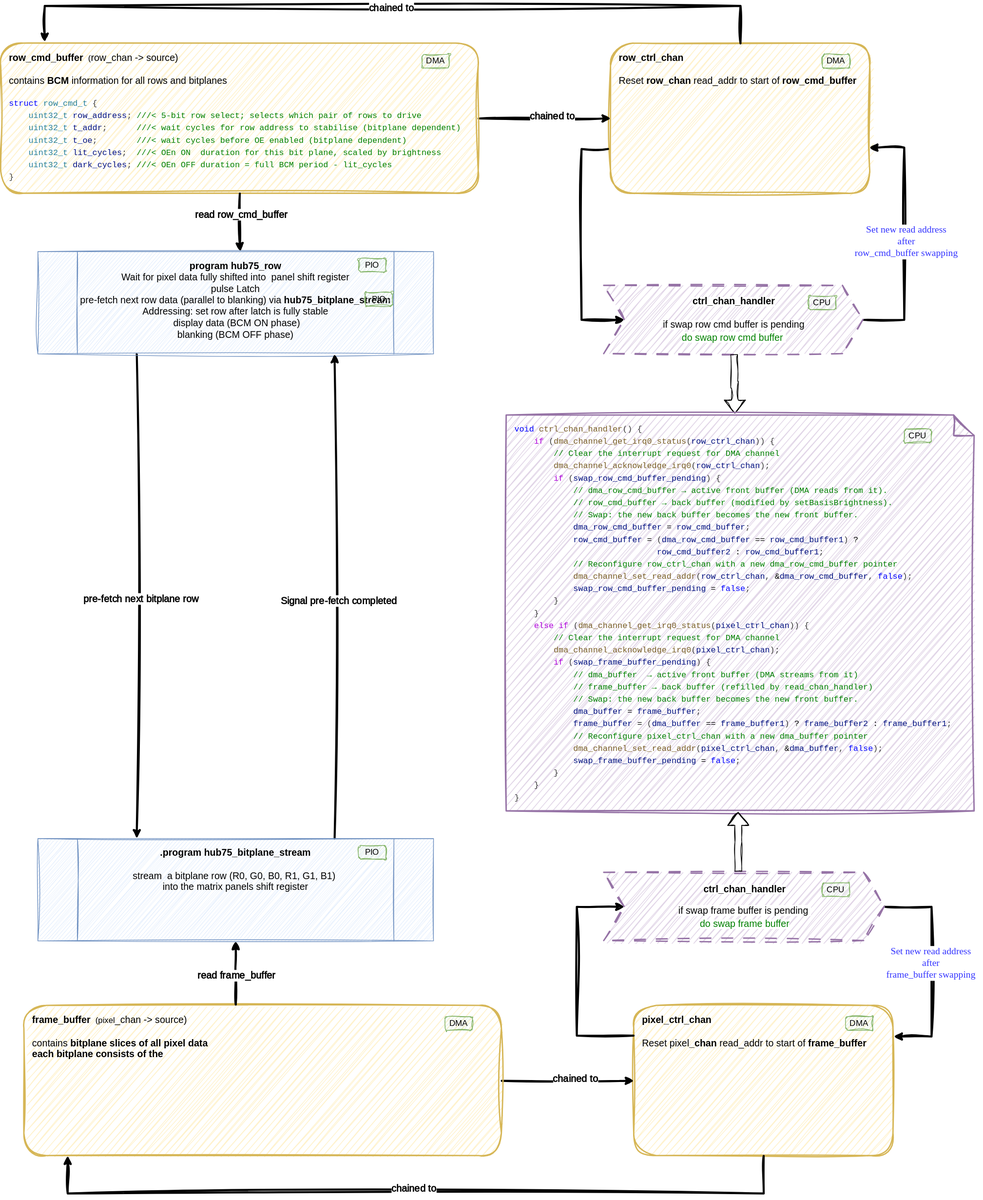
JuPfu/hub75 keeps this draw.io diagram as assets/definitive_hub75_dma_pio_2.svg. Above is the earlier version. Source tidied: cells renumbered, new cells last; positions are measured from the earlier drawing's top-left corner, leaving out a move shared by most shapes.
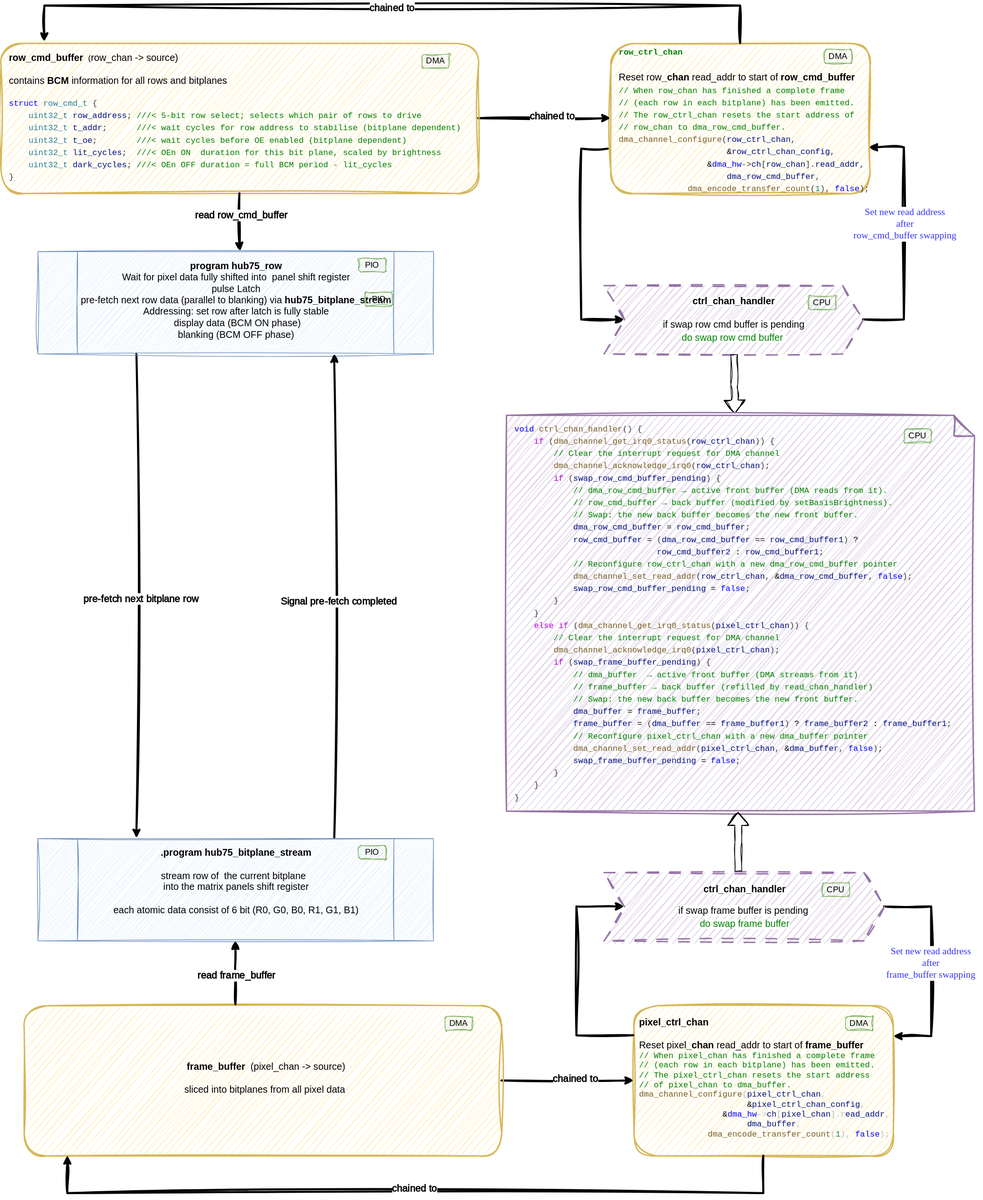
After the commit.

Change to the diagram source:
```diff
@@ -2,7 +2,7 @@
   <root>
     <mxCell id="0" />
     <mxCell id="1" parent="0" />
-    <mxCell id="2" value="&lt;b style=&quot;font-size: 14px;&quot;&gt;row_ctrl_chan&lt;/b&gt;&lt;span style=&quot;font-size: 14px;&quot;&gt;&amp;nbsp;&amp;nbsp;&lt;/span&gt;&lt;div&gt;&lt;font style=&quot;font-size: 14px;&quot;&gt;&lt;br&gt;&lt;/font&gt;&lt;/div&gt;&lt;div&gt;&lt;font style=&quot;font-size: 14px;&quot;&gt;Reset &lt;b&gt;row_chan&lt;/b&gt; read_addr to start of &lt;b&gt;row_cmd_buffer&lt;/b&gt;&lt;/font&gt;&lt;/div&gt;" style="rounded=1;whiteSpace=wrap;html=1;fillColor=#fff2cc;strokeColor=#d6b656;gradientColor=none;strokeWidth=2;sketch=1;curveFitting=1;jiggle=2;align=left;verticalAlign=top;spacingTop=6;spacingLeft=10;" parent="1" vertex="1">
+    <mxCell id="2" value="&lt;div style=&quot;font-family: Menlo, Monaco, &amp;quot;Courier New&amp;quot;, monospace; line-height: 18px; white-space: pre;&quot;&gt;&lt;div&gt;&lt;span style=&quot;color: light-dark(rgb(0, 128, 0), rgb(255, 255, 255));&quot;&gt;&lt;b&gt;row_ctrl_chan&lt;/b&gt;&lt;/span&gt;&lt;/div&gt;&lt;div&gt;&lt;span style=&quot;color: light-dark(rgb(0, 128, 0), rgb(255, 255, 255));&quot;&gt;&lt;br&gt;&lt;/span&gt;&lt;/div&gt;&lt;div&gt;&lt;span style=&quot;font-family: Helvetica; font-size: 14px; white-space: normal;&quot;&gt;Reset row&lt;/span&gt;&lt;b style=&quot;font-family: Helvetica; font-size: 14px; white-space: normal;&quot;&gt;_chan&lt;/b&gt;&lt;span style=&quot;font-family: Helvetica; font-size: 14px; white-space: normal;&quot;&gt;&amp;nbsp;read_addr to start of&amp;nbsp;&lt;/span&gt;&lt;b style=&quot;font-family: Helvetica; font-size: 14px; white-space: normal;&quot;&gt;row_cmd_buffer&lt;/b&gt;&lt;span style=&quot;color: light-dark(rgb(0, 128, 0), rgb(255, 255, 255));&quot;&gt;&lt;br&gt;&lt;/span&gt;&lt;/div&gt;&lt;div style=&quot;color: light-dark(rgb(59, 59, 59), rgb(186, 186, 186));&quot;&gt;&lt;span style=&quot;color: rgb(0, 128, 0);&quot;&gt;// When row_chan has finished a complete frame&lt;/span&gt;&lt;/div&gt;&lt;div style=&quot;color: light-dark(rgb(59, 59, 59), rgb(186, 186, 186));&quot;&gt;&lt;span style=&quot;color: rgb(0, 128, 0);&quot;&gt;// (each row in each bitplane) has been emitted.&lt;/span&gt;&lt;/div&gt;&lt;div style=&quot;color: light-dark(rgb(59, 59, 59), rgb(186, 186, 186));&quot;&gt;&lt;span style=&quot;color: rgb(0, 128, 0);&quot;&gt;// The row_ctrl_chan resets the start address of&amp;nbsp;&lt;/span&gt;&lt;/div&gt;&lt;div style=&quot;color: light-dark(rgb(59, 59, 59), rgb(186, 186, 186));&quot;&gt;&lt;span style=&quot;color: rgb(0, 128, 0);&quot;&gt;// row_chan to dma_row_cmd_buffer.&lt;/span&gt;&lt;/div&gt;&lt;div style=&quot;color: light-dark(rgb(59, 59, 59), rgb(186, 186, 186));&quot;&gt;&lt;span style=&quot;color: rgb(121, 94, 38);&quot;&gt;dma_channel_configure&lt;/span&gt;(&lt;span style=&quot;color: rgb(0, 16, 128);&quot;&gt;row_ctrl_chan&lt;/span&gt;,&amp;nbsp;&lt;/div&gt;&lt;div style=&quot;color: light-dark(rgb(59, 59, 59), rgb(186, 186, 186));&quot;&gt;&lt;span style=&quot;color: rgb(0, 0, 0);&quot;&gt;                      &amp;amp;&lt;/span&gt;&lt;span style=&quot;color: rgb(0, 16, 128);&quot;&gt;row_ctrl_chan_config&lt;/span&gt;,&amp;nbsp;&lt;/div&gt;&lt;div style=&quot;color: light-dark(rgb(59, 59, 59), rgb(186, 186, 186));&quot;&gt;&lt;span style=&quot;color: rgb(0, 0, 0);&quot;&gt;                  &amp;amp;&lt;/span&gt;&lt;span style=&quot;color: rgb(0, 0, 255);&quot;&gt;dma_hw&lt;/span&gt;-&amp;gt;&lt;span style=&quot;color: rgb(0, 16, 128);&quot;&gt;ch&lt;/span&gt;[&lt;span style=&quot;color: rgb(0, 16, 128);&quot;&gt;row_chan&lt;/span&gt;].&lt;span style=&quot;color: rgb(0, 16, 128);&quot;&gt;read_addr&lt;/span&gt;,&lt;/div&gt;&lt;div style=&quot;color: light-dark(rgb(59, 59, 59), rgb(186, 186, 186));&quot;&gt;                      &lt;span style=&quot;color: rgb(0, 16, 128);&quot;&gt;dma_row_cmd_buffer&lt;/span&gt;,&amp;nbsp;&lt;/div&gt;&lt;div style=&quot;color: light-dark(rgb(59, 59, 59), rgb(186, 186, 186));&quot;&gt;&lt;span style=&quot;color: rgb(121, 94, 38);&quot;&gt;              dma_encode_transfer_count&lt;/span&gt;(&lt;span style=&quot;color: rgb(9, 134, 88);&quot;&gt;1&lt;/span&gt;), &lt;span style=&quot;color: rgb(0, 0, 255);&quot;&gt;false&lt;/span&gt;);&lt;/div&gt;&lt;/div&gt;" style="rounded=1;whiteSpace=wrap;html=1;fillColor=#fff2cc;strokeColor=#d6b656;gradientColor=none;strokeWidth=2;sketch=1;curveFitting=1;jiggle=2;align=left;verticalAlign=middle;spacingTop=6;spacingLeft=10;labelBackgroundColor=none;" parent="1" vertex="1">
       <mxGeometry x="894" y="55" width="380" height="220" as="geometry" />
     </mxCell>
     <mxCell id="3" style="edgeStyle=orthogonalEdgeStyle;rounded=0;sketch=1;hachureGap=4;jiggle=2;curveFitting=1;jettySize=auto;html=1;entryX=0;entryY=0.5;entryDx=0;entryDy=0;fontFamily=Architects Daughter;fontSource=https%3A%2F%2Ffonts.googleapis.com%2Fcss%3Ffamily%3DArchitects%2BDaughter;strokeWidth=3;" parent="1" edge="1" source="5" target="2">
@@ -29,7 +29,9 @@
       </mxGeometry>
     </mxCell>
     <mxCell id="9" value="&lt;font style=&quot;font-family: &amp;quot;Comic Sans MS&amp;quot;; font-size: 14px; color: rgb(51, 51, 255);&quot;&gt;Set new read address&lt;/font&gt;&lt;div style=&quot;font-family: &amp;quot;Comic Sans MS&amp;quot;;&quot;&gt;&lt;div&gt;&lt;font style=&quot;font-size: 14px; color: rgb(51, 51, 255);&quot;&gt;after&lt;/font&gt;&lt;/div&gt;&lt;div&gt;&lt;font style=&quot;font-size: 14px; color: rgb(51, 51, 255);&quot;&gt;row_cmd_buffer swapping&lt;/font&gt;&lt;/div&gt;&lt;/div&gt;" style="edgeLabel;html=1;align=center;verticalAlign=middle;sketch=1;hachureGap=4;jiggle=2;curveFitting=1;fontFamily=Architects Daughter;fontSource=https%3A%2F%2Ffonts.googleapis.com%2Fcss%3Ffamily%3DArchitects%2BDaughter;" parent="8" vertex="1">
-      <mxGeometry x="-0.04" y="-2" relative="1" as="geometry" />
+      <mxGeometry x="-0.04" y="-2" relative="1" as="geometry">
+        <mxPoint x="-2" y="-25" as="offset" />
+      </mxGeometry>
     </mxCell>
     <mxCell id="10" value="&lt;span style=&quot;color: rgb(0, 0, 0); background-color: light-dark(#ffffff, var(--ge-dark-color, #121212));&quot;&gt;&lt;font style=&quot;font-size: 14px;&quot; face=&quot;Helvetica&quot;&gt;&lt;b&gt;ctrl_chan_handler&lt;/b&gt;&lt;/font&gt;&lt;/span&gt;&lt;div&gt;&lt;span style=&quot;color: rgb(0, 0, 0); background-color: light-dark(#ffffff, var(--ge-dark-color, #121212));&quot;&gt;&lt;font style=&quot;font-size: 14px;&quot; face=&quot;Helvetica&quot;&gt;&lt;br&gt;&lt;/font&gt;&lt;/span&gt;&lt;/div&gt;&lt;div&gt;&lt;div style=&quot;line-height: 18px; white-space: pre; color: rgb(59, 59, 59);&quot;&gt;&lt;span style=&quot;color: rgb(0, 0, 0); background-color: light-dark(#ffffff, var(--ge-dark-color, #121212));&quot;&gt;&lt;font style=&quot;font-size: 14px;&quot; face=&quot;Helvetica&quot;&gt;if swap row cmd buffer&amp;nbsp;is pending&lt;/font&gt;&lt;/span&gt;&lt;/div&gt;&lt;div style=&quot;line-height: 18px; white-space: pre;&quot;&gt;&lt;font style=&quot;font-size: 14px; background-color: light-dark(#ffffff, var(--ge-dark-color, #121212));&quot; face=&quot;Helvetica&quot;&gt;&lt;span style=&quot;color: light-dark(rgb(0, 128, 0), rgb(176, 153, 105));&quot;&gt;do swap row cmd buffer&lt;/span&gt;&lt;span style=&quot;color: rgb(121, 94, 38);&quot;&gt;&amp;nbsp;&lt;/span&gt;&lt;/font&gt;&lt;/div&gt;&lt;/div&gt;" style="html=1;shadow=0;dashed=1;align=center;verticalAlign=middle;shape=mxgraph.arrows2.arrow;dy=0;dx=30;notch=30;flipV=0;legacyAnchorPoints=0;flipH=0;fillColor=#e1d5e7;strokeColor=#9673a6;strokeWidth=2;fillStyle=hachure;sketch=1;curveFitting=1;jiggle=2;dashPattern=8 8;" parent="1" vertex="1">
       <mxGeometry x="884" y="410" width="380" height="100" as="geometry" />
@@ -70,7 +72,7 @@
       </mxGeometry>
     </mxCell>
     <mxCell id="19" value="DMA" style="text;html=1;strokeColor=#82b366;fillColor=#d5e8d4;align=center;verticalAlign=middle;whiteSpace=wrap;overflow=hidden;fontFamily=Architects Daughter;fontSource=https%3A%2F%2Ffonts.googleapis.com%2Fcss%3Ffamily%3DArchitects%2BDaughter;rounded=1;sketch=1;curveFitting=1;jiggle=2;" parent="1" vertex="1">
-      <mxGeometry x="1204" y="71" width="40" height="20" as="geometry" />
+      <mxGeometry x="1207" y="64" width="40" height="20" as="geometry" />
     </mxCell>
     <mxCell id="20" style="edgeStyle=orthogonalEdgeStyle;rounded=0;sketch=1;hachureGap=4;jiggle=2;curveFitting=1;jettySize=auto;html=1;entryX=0.512;entryY=0;entryDx=0;entryDy=0;entryPerimeter=0;fontFamily=Architects Daughter;fontSource=https%3A%2F%2Ffonts.googleapis.com%2Fcss%3Ffamily%3DArchitects%2BDaughter;strokeWidth=3;" parent="1" edge="1" source="5" target="14">
       <mxGeometry relative="1" as="geometry">
@@ -103,10 +105,10 @@
         <mxPoint x="3" y="55" as="offset" />
       </mxGeometry>
     </mxCell>
-    <mxCell id="26" value="&lt;font style=&quot;font-size: 14px;&quot;&gt;&lt;b&gt;.program hub75_bitplane_stream&lt;/b&gt;&lt;/font&gt;&lt;div&gt;&lt;font style=&quot;font-size: 14px;&quot;&gt;&lt;b&gt;&lt;br&gt;&lt;/b&gt;&lt;/font&gt;&lt;div&gt;&lt;font style=&quot;font-size: 14px;&quot;&gt;stream &amp;nbsp;a bitplane row (R0, G0, B0, R1, G1, B1)&amp;nbsp;&lt;/font&gt;&lt;/div&gt;&lt;div&gt;&lt;font style=&quot;font-size: 14px;&quot;&gt;into the matrix panels shift register&lt;/font&gt;&lt;br&gt;&lt;/div&gt;&lt;/div&gt;" style="shape=process;whiteSpace=wrap;html=1;backgroundOutline=1;sketch=1;curveFitting=1;jiggle=2;fillColor=#dae8fc;strokeColor=#6c8ebf;verticalAlign=top;spacingTop=6;" parent="1" vertex="1">
+    <mxCell id="26" value="&lt;font style=&quot;font-size: 14px;&quot;&gt;&lt;b&gt;.program hub75_bitplane_stream&lt;/b&gt;&lt;/font&gt;&lt;div&gt;&lt;font style=&quot;font-size: 14px;&quot;&gt;&lt;b&gt;&lt;br&gt;&lt;/b&gt;&lt;/font&gt;&lt;div&gt;&lt;font style=&quot;font-size: 14px;&quot;&gt;stream row of&amp;nbsp;&lt;/font&gt;&lt;span style=&quot;font-size: 14px;&quot;&gt;&amp;nbsp;the current bitplane&amp;nbsp;&lt;/span&gt;&lt;span style=&quot;font-size: 14px;&quot;&gt;&amp;nbsp;&lt;/span&gt;&lt;/div&gt;&lt;div&gt;&lt;font style=&quot;font-size: 14px;&quot;&gt;into the matrix panels shift register&lt;/font&gt;&lt;br&gt;&lt;/div&gt;&lt;/div&gt;&lt;div&gt;&lt;font style=&quot;font-size: 14px;&quot;&gt;&lt;br&gt;&lt;/font&gt;&lt;/div&gt;&lt;div&gt;&lt;font style=&quot;font-size: 14px;&quot;&gt;each atomic data consist of 6 bit (R0, G0, B0, R1, G1, B1)&lt;br&gt;&lt;/font&gt;&lt;/div&gt;" style="shape=process;whiteSpace=wrap;html=1;backgroundOutline=1;sketch=1;curveFitting=1;jiggle=2;fillColor=#dae8fc;strokeColor=#6c8ebf;verticalAlign=top;spacingTop=6;" parent="1" vertex="1">
       <mxGeometry x="54" y="1220" width="580" height="150" as="geometry" />
     </mxCell>
-    <mxCell id="27" value="&lt;b style=&quot;font-size: 14px;&quot;&gt;pixel_ctrl_chan&lt;/b&gt;&lt;span style=&quot;font-size: 14px;&quot;&gt;&amp;nbsp;&amp;nbsp;&lt;/span&gt;&lt;div&gt;&lt;font style=&quot;font-size: 14px;&quot;&gt;&lt;br&gt;&lt;/font&gt;&lt;/div&gt;&lt;div&gt;&lt;font style=&quot;font-size: 14px;&quot;&gt;Reset pixel&lt;b&gt;_chan&lt;/b&gt; read_addr to start of &lt;b&gt;frame_buffer&lt;/b&gt;&lt;/font&gt;&lt;/div&gt;&lt;div&gt;&lt;div&gt;&lt;br&gt;&lt;/div&gt;&lt;/div&gt;" style="rounded=1;whiteSpace=wrap;html=1;fillColor=#fff2cc;strokeColor=#d6b656;gradientColor=none;strokeWidth=2;sketch=1;curveFitting=1;jiggle=2;align=left;verticalAlign=top;spacingTop=6;spacingLeft=10;" parent="1" vertex="1">
+    <mxCell id="27" value="&lt;div style=&quot;text-align: left;&quot;&gt;&lt;span style=&quot;font-size: 14px;&quot;&gt;&lt;b&gt;pixel_ctrl_chan&lt;/b&gt;&lt;/span&gt;&lt;span style=&quot;font-size: 14px;&quot;&gt;&amp;nbsp;&amp;nbsp;&lt;/span&gt;&lt;/div&gt;&lt;div style=&quot;text-align: left;&quot;&gt;&lt;font style=&quot;font-size: 14px;&quot;&gt;&lt;br&gt;&lt;/font&gt;&lt;/div&gt;&lt;div style=&quot;text-align: left;&quot;&gt;&lt;font style=&quot;font-size: 14px;&quot;&gt;Reset pixel&lt;b&gt;_chan&lt;/b&gt; read_addr to start of &lt;b&gt;frame_buffer&lt;/b&gt;&lt;/font&gt;&lt;/div&gt;&lt;div&gt;&lt;font style=&quot;font-size: 14px;&quot;&gt;&lt;div style=&quot;text-align: left; caret-color: rgb(186, 186, 186); color: rgb(186, 186, 186); font-family: Menlo, Monaco, &amp;quot;Courier New&amp;quot;, monospace; font-size: 12px; white-space: pre;&quot;&gt;&lt;span style=&quot;color: rgb(0, 128, 0);&quot;&gt;// When pixel_chan has finished a complete frame&lt;/span&gt;&lt;/div&gt;&lt;div style=&quot;text-align: left; caret-color: rgb(186, 186, 186); color: rgb(186, 186, 186); font-family: Menlo, Monaco, &amp;quot;Courier New&amp;quot;, monospace; font-size: 12px; white-space: pre;&quot;&gt;&lt;span style=&quot;color: rgb(0, 128, 0);&quot;&gt;// (each row in each bitplane) has been emitted.&lt;/span&gt;&lt;/div&gt;&lt;div style=&quot;text-align: left; caret-color: rgb(186, 186, 186); color: rgb(186, 186, 186); font-family: Menlo, Monaco, &amp;quot;Courier New&amp;quot;, monospace; font-size: 12px; white-space: pre;&quot;&gt;&lt;span style=&quot;color: rgb(0, 128, 0);&quot;&gt;// The pixel_ctrl_chan resets the start address&amp;nbsp;&lt;/span&gt;&lt;/div&gt;&lt;div style=&quot;text-align: left; caret-color: rgb(186, 186, 186); color: rgb(186, 186, 186); font-family: Menlo, Monaco, &amp;quot;Courier New&amp;quot;, monospace; font-size: 12px; white-space: pre;&quot;&gt;&lt;span style=&quot;color: rgb(0, 128, 0);&quot;&gt;// of pixel_chan to dma_buffer.&lt;/span&gt;&lt;/div&gt;&lt;div style=&quot;text-align: left; caret-color: rgb(186, 186, 186); color: rgb(186, 186, 186); font-family: Menlo, Monaco, &amp;quot;Courier New&amp;quot;, monospace; font-size: 12px; white-space: pre;&quot;&gt;&lt;span style=&quot;color: rgb(121, 94, 38);&quot;&gt;dma_channel_configure&lt;/span&gt;(&lt;span style=&quot;color: rgb(0, 16, 128);&quot;&gt;pixel_ctrl_chan&lt;/span&gt;,&amp;nbsp;&lt;/div&gt;&lt;div style=&quot;text-align: left; caret-color: rgb(186, 186, 186); color: rgb(186, 186, 186); font-family: Menlo, Monaco, &amp;quot;Courier New&amp;quot;, monospace; font-size: 12px; white-space: pre;&quot;&gt;&lt;span style=&quot;color: rgb(0, 0, 0);&quot;&gt;                      &amp;amp;&lt;/span&gt;&lt;span style=&quot;color: rgb(0, 16, 128);&quot;&gt;pixel_ctrl_chan_config&lt;/span&gt;,&lt;/div&gt;&lt;div style=&quot;text-align: left; caret-color: rgb(186, 186, 186); color: rgb(186, 186, 186); font-family: Menlo, Monaco, &amp;quot;Courier New&amp;quot;, monospace; font-size: 12px; white-space: pre;&quot;&gt;                 &lt;span style=&quot;color: rgb(0, 0, 0);&quot;&gt;&amp;amp;&lt;/span&gt;&lt;span style=&quot;color: rgb(0, 0, 255);&quot;&gt;dma_hw&lt;/span&gt;-&amp;gt;&lt;span style=&quot;color: rgb(0, 16, 128);&quot;&gt;ch&lt;/span&gt;[&lt;span style=&quot;color: rgb(0, 16, 128);&quot;&gt;pixel_chan&lt;/span&gt;].r&lt;span style=&quot;color: rgb(0, 16, 128);&quot;&gt;ead_addr&lt;/span&gt;,&amp;nbsp;&lt;/div&gt;&lt;div style=&quot;text-align: left; caret-color: rgb(186, 186, 186); color: rgb(186, 186, 186); font-family: Menlo, Monaco, &amp;quot;Courier New&amp;quot;, monospace; font-size: 12px; white-space: pre;&quot;&gt;&lt;span style=&quot;color: rgb(0, 16, 128);&quot;&gt;                      dma_buffer&lt;/span&gt;,&amp;nbsp;&lt;/div&gt;&lt;div style=&quot;text-align: left; caret-color: rgb(186, 186, 186); color: rgb(186, 186, 186); font-family: Menlo, Monaco, &amp;quot;Courier New&amp;quot;, monospace; font-size: 12px; white-space: pre;&quot;&gt;&lt;span style=&quot;color: rgb(9, 134, 88);&quot;&gt;&lt;span style=&quot;color: rgb(121, 94, 38);&quot;&gt;              dma_encode_transfer_count&lt;/span&gt;&lt;span style=&quot;caret-color: rgb(186, 186, 186); color: rgb(186, 186, 186);&quot;&gt;(&lt;/span&gt;&lt;span style=&quot;color: rgb(9, 134, 88);&quot;&gt;1&lt;/span&gt;&lt;span style=&quot;caret-color: rgb(186, 186, 186); color: rgb(186, 186, 186);&quot;&gt;), &lt;/span&gt;&lt;span style=&quot;color: rgb(0, 0, 255);&quot;&gt;false&lt;/span&gt;&lt;span style=&quot;caret-color: rgb(186, 186, 186); color: rgb(186, 186, 186);&quot;&gt;);&lt;/span&gt;&lt;/span&gt;&lt;/div&gt;&lt;/font&gt;&lt;/div&gt;&lt;div&gt;&lt;div&gt;&lt;br&gt;&lt;/div&gt;&lt;/div&gt;" style="rounded=1;whiteSpace=wrap;html=1;fillColor=#fff2cc;strokeColor=#d6b656;gradientColor=none;strokeWidth=2;sketch=1;curveFitting=1;jiggle=2;align=center;verticalAlign=middle;spacingTop=6;spacingLeft=10;" parent="1" vertex="1">
       <mxGeometry x="928" y="1465" width="380" height="220" as="geometry" />
     </mxCell>
     <mxCell id="28" style="edgeStyle=orthogonalEdgeStyle;rounded=0;sketch=1;hachureGap=4;jiggle=2;curveFitting=1;jettySize=auto;html=1;entryX=0;entryY=0.5;entryDx=0;entryDy=0;fontFamily=Architects Daughter;fontSource=https%3A%2F%2Ffonts.googleapis.com%2Fcss%3Ffamily%3DArchitects%2BDaughter;strokeWidth=3;fontSize=14;" parent="1" edge="1" source="30" target="27">
@@ -115,7 +117,7 @@
     <mxCell id="29" value="&lt;font style=&quot;font-size: 14px;&quot;&gt;&lt;b&gt;chained to&lt;/b&gt;&lt;/font&gt;" style="edgeLabel;html=1;align=center;verticalAlign=middle;sketch=1;hachureGap=4;jiggle=2;curveFitting=1;fontFamily=Architects Daughter;fontSource=https%3A%2F%2Ffonts.googleapis.com%2Fcss%3Ffamily%3DArchitects%2BDaughter;" parent="28" vertex="1">
       <mxGeometry x="0.11" y="4" relative="1" as="geometry" />
     </mxCell>
-    <mxCell id="30" value="&lt;b style=&quot;font-size: 14px;&quot;&gt;frame_buffer&lt;/b&gt;&lt;span style=&quot;font-size: 14px;&quot;&gt;&amp;nbsp;&lt;/span&gt;&amp;nbsp;(pixel&lt;span style=&quot;font-size: 14px;&quot;&gt;_chan -&amp;gt; source)&lt;/span&gt;&lt;div&gt;&lt;span style=&quot;font-size: 14px;&quot;&gt;&lt;br&gt;&lt;/span&gt;&lt;/div&gt;&lt;div&gt;&lt;span style=&quot;font-size: 14px;&quot;&gt;contains &lt;b&gt;bitplane slices of all pixel data&lt;/b&gt;&lt;/span&gt;&lt;/div&gt;&lt;div&gt;&lt;span style=&quot;font-size: 14px;&quot;&gt;&lt;b&gt;each bitplane consists of the&amp;nbsp;&lt;br&gt;&lt;/b&gt;&lt;/span&gt;&lt;div&gt;&lt;br&gt;&lt;/div&gt;&lt;/div&gt;" style="rounded=1;whiteSpace=wrap;html=1;fillColor=#fff2cc;strokeColor=#d6b656;gradientColor=none;strokeWidth=2;sketch=1;curveFitting=1;jiggle=2;align=left;verticalAlign=top;spacingTop=6;spacingLeft=10;labelBackgroundColor=none;" parent="1" vertex="1">
+    <mxCell id="30" value="&lt;font style=&quot;font-size: 14px;&quot;&gt;&lt;b&gt;frame_buffer&lt;/b&gt;&amp;nbsp;&amp;nbsp;(pixel_chan -&amp;gt; source)&lt;/font&gt;&lt;div&gt;&lt;span style=&quot;font-size: 14px;&quot;&gt;&lt;br&gt;&lt;/span&gt;&lt;/div&gt;&lt;div&gt;&lt;span style=&quot;font-size: 14px;&quot;&gt;sliced into&amp;nbsp;bitplanes from all pixel data&lt;/span&gt;&lt;b style=&quot;font-size: 14px;&quot;&gt;&amp;nbsp;&lt;/b&gt;&lt;/div&gt;&lt;div&gt;&lt;div&gt;&lt;br&gt;&lt;/div&gt;&lt;/div&gt;" style="rounded=1;whiteSpace=wrap;html=1;fillColor=#fff2cc;strokeColor=#d6b656;gradientColor=none;strokeWidth=2;sketch=1;curveFitting=1;jiggle=2;align=center;verticalAlign=middle;spacingTop=6;spacingLeft=10;labelBackgroundColor=none;" parent="1" vertex="1">
       <mxGeometry x="34" y="1465" width="700" height="220" as="geometry" />
     </mxCell>
     <mxCell id="31" value="DMA" style="text;html=1;strokeColor=#82b366;fillColor=#d5e8d4;align=center;verticalAlign=middle;whiteSpace=wrap;overflow=hidden;fontFamily=Architects Daughter;fontSource=https%3A%2F%2Ffonts.googleapis.com%2Fcss%3Ffamily%3DArchitects%2BDaughter;rounded=1;sketch=1;curveFitting=1;jiggle=2;" parent="1" vertex="1">
```
